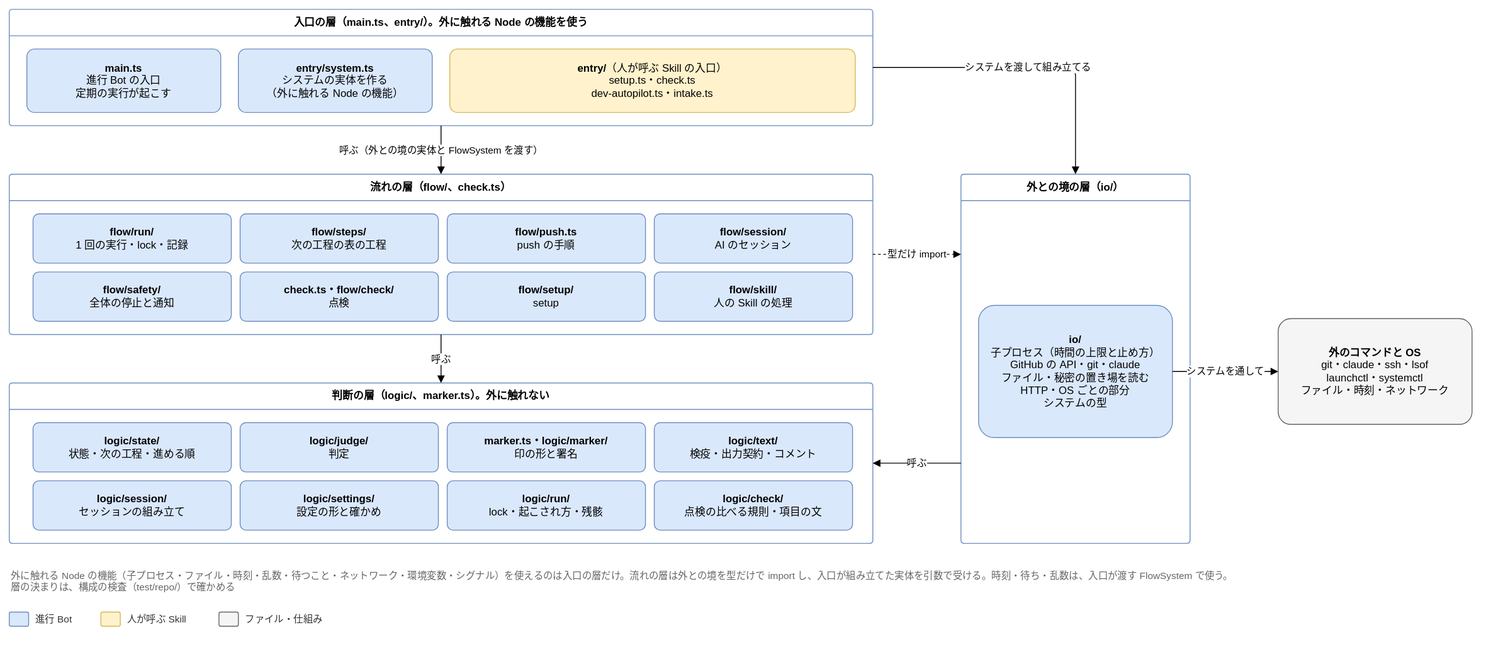
Joymerrevent/dev-autopilot keeps this draw.io diagram as docs/design/detailed/diagrams/00-layers.drawio.svg. Above is the earlier version. Source tidied: cells renumbered, new cells last; positions are measured from the earlier drawing's top-left corner, leaving out a move shared by most shapes.
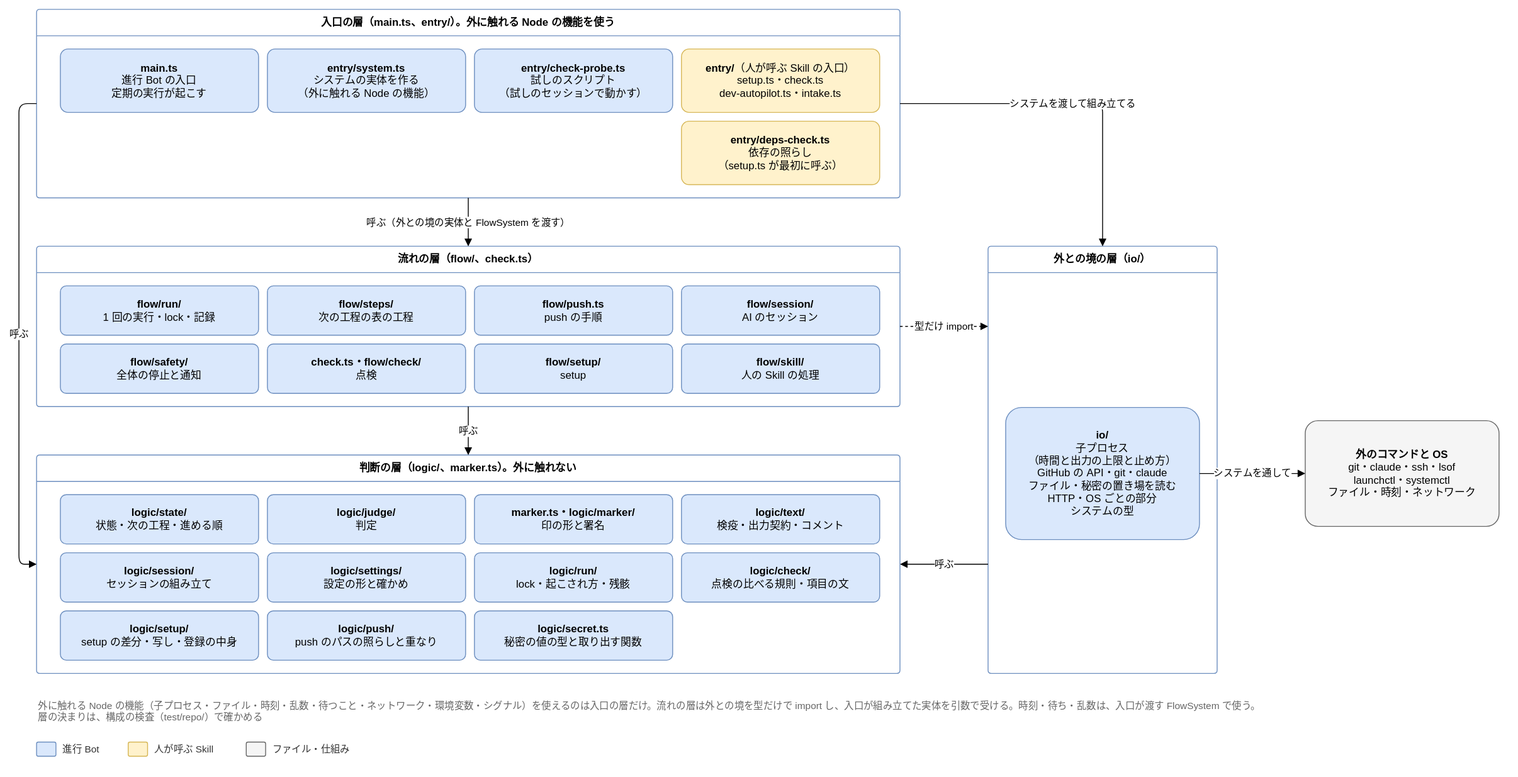
The same diagram one commit later.

What changed in the source:
```diff
@@ -3,19 +3,25 @@
     <mxCell id="0" />
     <mxCell id="1" parent="0" />
     <mxCell id="2" value="入口の層（main.ts、entry/）。外に触れる Node の機能を使う" style="swimlane;startSize=30;html=1;whiteSpace=wrap;rounded=1;arcSize=4;fontStyle=1;fontSize=12;fillColor=none;swimlaneFillColor=none;strokeColor=#6c8ebf;" parent="1" vertex="1">
-      <mxGeometry width="980" height="132" as="geometry" />
+      <mxGeometry y="-148" width="980" height="214" as="geometry" />
     </mxCell>
     <mxCell id="3" value="&lt;b&gt;main.ts&lt;/b&gt;&lt;br&gt;進行 Bot の入口&lt;br&gt;定期の実行が起こす" style="rounded=1;whiteSpace=wrap;html=1;fontSize=12;arcSize=12;spacing=12;fillColor=#dae8fc;strokeColor=#6c8ebf;" parent="2" vertex="1">
-      <mxGeometry x="20" y="45" width="220" height="72" as="geometry" />
+      <mxGeometry x="27" y="45" width="225" height="72" as="geometry" />
     </mxCell>
     <mxCell id="4" value="&lt;b&gt;entry/system.ts&lt;/b&gt;&lt;br&gt;システムの実体を作る&lt;br&gt;（外に触れる Node の機能）" style="rounded=1;whiteSpace=wrap;html=1;fontSize=12;arcSize=12;spacing=12;fillColor=#dae8fc;strokeColor=#6c8ebf;" parent="2" vertex="1">
-      <mxGeometry x="260" y="45" width="220" height="72" as="geometry" />
+      <mxGeometry x="262" y="45" width="225" height="72" as="geometry" />
     </mxCell>
     <mxCell id="5" value="&lt;b&gt;entry/&lt;/b&gt;（人が呼ぶ Skill の入口）&lt;br&gt;setup.ts・check.ts&lt;br&gt;dev-autopilot.ts・intake.ts" style="rounded=1;whiteSpace=wrap;html=1;fontSize=12;arcSize=12;spacing=12;fillColor=#fff2cc;strokeColor=#d6b656;" parent="2" vertex="1">
-      <mxGeometry x="500" y="45" width="460" height="72" as="geometry" />
+      <mxGeometry x="732" y="45" width="225" height="72" as="geometry" />
     </mxCell>
+    <mxCell id="40" value="&lt;b&gt;entry/check-probe.ts&lt;/b&gt;&lt;br&gt;試しのスクリプト&lt;br&gt;（試しのセッションで動かす）" style="rounded=1;whiteSpace=wrap;html=1;fontSize=12;arcSize=12;spacing=12;fillColor=#dae8fc;strokeColor=#6c8ebf;" parent="2" vertex="1">
+      <mxGeometry x="497" y="45" width="225" height="72" as="geometry" />
+    </mxCell>
+    <mxCell id="41" value="&lt;b&gt;entry/deps-check.ts&lt;/b&gt;&lt;br&gt;依存の照らし&lt;br&gt;（setup.ts が最初に呼ぶ）" style="rounded=1;whiteSpace=wrap;html=1;fontSize=12;arcSize=12;spacing=12;fillColor=#fff2cc;strokeColor=#d6b656;" parent="2" vertex="1">
+      <mxGeometry x="732" y="127" width="225" height="72" as="geometry" />
+    </mxCell>
     <mxCell id="6" value="流れの層（flow/、check.ts）" style="swimlane;startSize=30;html=1;whiteSpace=wrap;rounded=1;arcSize=4;fontStyle=1;fontSize=12;fillColor=none;swimlaneFillColor=none;strokeColor=#6c8ebf;" parent="1" vertex="1">
-      <mxGeometry y="187" width="980" height="182" as="geometry" />
+      <mxGeometry y="121" width="980" height="182" as="geometry" />
     </mxCell>
     <mxCell id="7" value="&lt;b&gt;flow/run/&lt;/b&gt;&lt;br&gt;1 回の実行・lock・記録" style="rounded=1;whiteSpace=wrap;html=1;fontSize=12;arcSize=12;spacing=12;fillColor=#dae8fc;strokeColor=#6c8ebf;" parent="6" vertex="1">
       <mxGeometry x="27" y="45" width="225" height="56" as="geometry" />
@@ -42,7 +48,7 @@
       <mxGeometry x="732" y="111" width="225" height="56" as="geometry" />
     </mxCell>
     <mxCell id="15" value="判断の層（logic/、marker.ts）。外に触れない" style="swimlane;startSize=30;html=1;whiteSpace=wrap;rounded=1;arcSize=4;fontStyle=1;fontSize=12;fillColor=none;swimlaneFillColor=none;strokeColor=#6c8ebf;" parent="1" vertex="1">
-      <mxGeometry y="424" width="980" height="182" as="geometry" />
+      <mxGeometry y="358" width="980" height="248" as="geometry" />
     </mxCell>
     <mxCell id="16" value="&lt;b&gt;logic/state/&lt;/b&gt;&lt;br&gt;状態・次の工程・進める順" style="rounded=1;whiteSpace=wrap;html=1;fontSize=12;arcSize=12;spacing=12;fillColor=#dae8fc;strokeColor=#6c8ebf;" parent="15" vertex="1">
       <mxGeometry x="27" y="45" width="225" height="56" as="geometry" />
@@ -68,14 +74,23 @@
     <mxCell id="23" value="&lt;b&gt;logic/check/&lt;/b&gt;&lt;br&gt;点検の比べる規則・項目の文" style="rounded=1;whiteSpace=wrap;html=1;fontSize=12;arcSize=12;spacing=12;fillColor=#dae8fc;strokeColor=#6c8ebf;" parent="15" vertex="1">
       <mxGeometry x="732" y="111" width="225" height="56" as="geometry" />
     </mxCell>
+    <mxCell id="42" value="&lt;b&gt;logic/setup/&lt;/b&gt;&lt;br&gt;setup の差分・写し・登録の中身" style="rounded=1;whiteSpace=wrap;html=1;fontSize=12;arcSize=12;spacing=12;fillColor=#dae8fc;strokeColor=#6c8ebf;" parent="15" vertex="1">
+      <mxGeometry x="27" y="177" width="225" height="56" as="geometry" />
+    </mxCell>
+    <mxCell id="43" value="&lt;b&gt;logic/push/&lt;/b&gt;&lt;br&gt;push のパスの照らしと重なり" style="rounded=1;whiteSpace=wrap;html=1;fontSize=12;arcSize=12;spacing=12;fillColor=#dae8fc;strokeColor=#6c8ebf;" parent="15" vertex="1">
+      <mxGeometry x="262" y="177" width="225" height="56" as="geometry" />
+    </mxCell>
+    <mxCell id="44" value="&lt;b&gt;logic/secret.ts&lt;/b&gt;&lt;br&gt;秘密の値の型と取り出す関数" style="rounded=1;whiteSpace=wrap;html=1;fontSize=12;arcSize=12;spacing=12;fillColor=#dae8fc;strokeColor=#6c8ebf;" parent="15" vertex="1">
+      <mxGeometry x="497" y="177" width="225" height="56" as="geometry" />
+    </mxCell>
     <mxCell id="24" value="外との境の層（io/）" style="swimlane;startSize=30;html=1;whiteSpace=wrap;rounded=1;arcSize=4;fontStyle=1;fontSize=12;fillColor=none;swimlaneFillColor=none;strokeColor=#6c8ebf;" parent="1" vertex="1">
-      <mxGeometry x="1080" y="187" width="260" height="419" as="geometry" />
+      <mxGeometry x="1080" y="121" width="260" height="485" as="geometry" />
     </mxCell>
-    <mxCell id="25" value="&lt;b&gt;io/&lt;/b&gt;&lt;br&gt;子プロセス（時間の上限と止め方）&lt;br&gt;GitHub の API・git・claude&lt;br&gt;ファイル・秘密の置き場を読む&lt;br&gt;HTTP・OS ごとの部分&lt;br&gt;システムの型" style="rounded=1;whiteSpace=wrap;html=1;fontSize=12;arcSize=12;spacing=12;fillColor=#dae8fc;strokeColor=#6c8ebf;" parent="24" vertex="1">
-      <mxGeometry x="20" y="149" width="220" height="150" as="geometry" />
+    <mxCell id="25" value="&lt;b&gt;io/&lt;/b&gt;&lt;br&gt;子プロセス&lt;br&gt;（時間と出力の上限と止め方）&lt;br&gt;GitHub の API・git・claude&lt;br&gt;ファイル・秘密の置き場を読む&lt;br&gt;HTTP・OS ごとの部分&lt;br&gt;システムの型" style="rounded=1;whiteSpace=wrap;html=1;fontSize=12;arcSize=12;spacing=12;fillColor=#dae8fc;strokeColor=#6c8ebf;" parent="24" vertex="1">
+      <mxGeometry x="20" y="183" width="220" height="150" as="geometry" />
     </mxCell>
     <mxCell id="26" value="&lt;b&gt;外のコマンドと OS&lt;/b&gt;&lt;br&gt;git・claude・ssh・lsof&lt;br&gt;launchctl・systemctl&lt;br&gt;ファイル・時刻・ネットワーク" style="rounded=1;whiteSpace=wrap;html=1;fontSize=12;arcSize=12;spacing=12;fillColor=#f5f5f5;strokeColor=#666666;" parent="1" vertex="1">
-      <mxGeometry x="1440" y="351" width="220" height="120" as="geometry" />
+      <mxGeometry x="1440" y="319" width="220" height="120" as="geometry" />
     </mxCell>
     <mxCell id="27" value="呼ぶ（外との境の実体と FlowSystem を渡す）" style="edgeStyle=orthogonalEdgeStyle;rounded=1;html=1;endArrow=block;endFill=1;fontSize=11;labelBackgroundColor=#ffffff;exitX=0.5;exitY=1;exitDx=0;exitDy=0;entryX=0.5;entryY=0;entryDx=0;entryDy=0;" parent="1" edge="1" source="2" target="6">
       <mxGeometry relative="1" as="geometry" />
@@ -83,22 +98,30 @@
     <mxCell id="28" value="システムを渡して組み立てる" style="edgeStyle=orthogonalEdgeStyle;rounded=1;html=1;endArrow=block;endFill=1;fontSize=11;labelBackgroundColor=#ffffff;exitX=1;exitY=0.5;exitDx=0;exitDy=0;entryX=0.5;entryY=0;entryDx=0;entryDy=0;" parent="1" edge="1" source="2" target="24">
       <mxGeometry relative="1" as="geometry">
         <Array as="points">
-          <mxPoint x="1210" y="66" />
+          <mxPoint x="1210" y="-41" />
         </Array>
       </mxGeometry>
     </mxCell>
     <mxCell id="29" value="呼ぶ" style="edgeStyle=orthogonalEdgeStyle;rounded=1;html=1;endArrow=block;endFill=1;fontSize=11;labelBackgroundColor=#ffffff;exitX=0.5;exitY=1;exitDx=0;exitDy=0;entryX=0.5;entryY=0;entryDx=0;entryDy=0;" parent="1" edge="1" source="6" target="15">
       <mxGeometry relative="1" as="geometry" />
     </mxCell>
-    <mxCell id="30" value="型だけ import" style="edgeStyle=orthogonalEdgeStyle;rounded=1;html=1;endArrow=block;endFill=1;fontSize=11;labelBackgroundColor=#ffffff;dashed=1;exitX=1;exitY=0.5;exitDx=0;exitDy=0;entryX=0;entryY=0.2171837708830549;entryDx=0;entryDy=0;" parent="1" edge="1" source="6" target="24">
+    <mxCell id="30" value="型だけ import" style="edgeStyle=orthogonalEdgeStyle;rounded=1;html=1;endArrow=block;endFill=1;fontSize=11;labelBackgroundColor=#ffffff;dashed=1;exitX=1;exitY=0.5;exitDx=0;exitDy=0;entryX=0;entryY=0.18762886597938144;entryDx=0;entryDy=0;" parent="1" edge="1" source="6" target="24">
       <mxGeometry relative="1" as="geometry" />
     </mxCell>
-    <mxCell id="31" value="呼ぶ" style="edgeStyle=orthogonalEdgeStyle;rounded=1;html=1;endArrow=block;endFill=1;fontSize=11;labelBackgroundColor=#ffffff;exitX=0;exitY=0.7828162291169452;exitDx=0;exitDy=0;entryX=1;entryY=0.5;entryDx=0;entryDy=0;" parent="1" edge="1" source="24" target="15">
+    <mxCell id="31" value="呼ぶ" style="edgeStyle=orthogonalEdgeStyle;rounded=1;html=1;endArrow=block;endFill=1;fontSize=11;labelBackgroundColor=#ffffff;exitX=0;exitY=0.7443298969072165;exitDx=0;exitDy=0;entryX=1;entryY=0.5;entryDx=0;entryDy=0;" parent="1" edge="1" source="24" target="15">
       <mxGeometry relative="1" as="geometry" />
     </mxCell>
     <mxCell id="32" value="システムを通して" style="edgeStyle=orthogonalEdgeStyle;rounded=1;html=1;endArrow=block;endFill=1;fontSize=11;labelBackgroundColor=#ffffff;exitX=1;exitY=0.5;exitDx=0;exitDy=0;entryX=0;entryY=0.5;entryDx=0;entryDy=0;" parent="1" edge="1" source="25" target="26">
       <mxGeometry relative="1" as="geometry" />
     </mxCell>
+    <mxCell id="45" value="呼ぶ" style="edgeStyle=orthogonalEdgeStyle;rounded=1;html=1;endArrow=block;endFill=1;fontSize=11;labelBackgroundColor=#ffffff;exitX=0;exitY=0.5;exitDx=0;exitDy=0;entryX=0;entryY=0.5;entryDx=0;entryDy=0;" parent="1" edge="1" source="2" target="15">
+      <mxGeometry relative="1" as="geometry">
+        <Array as="points">
+          <mxPoint x="-20" y="-41" />
+          <mxPoint x="-20" y="482" />
+        </Array>
+      </mxGeometry>
+    </mxCell>
     <mxCell id="33" value="外に触れる Node の機能（子プロセス・ファイル・時刻・乱数・待つこと・ネットワーク・環境変数・シグナル）を使えるのは入口の層だけ。流れの層は外との境を型だけで import し、入口が組み立てた実体を引数で受ける。時刻・待ち・乱数は、入口が渡す FlowSystem で使う。&lt;br&gt;層の決まりは、構成の検査（test/repo/）で確かめる" style="text;html=1;whiteSpace=wrap;align=left;verticalAlign=top;fontSize=11;fontColor=#666666;" parent="1" vertex="1">
       <mxGeometry y="630" width="1660" height="40" as="geometry" />
     </mxCell>
```
